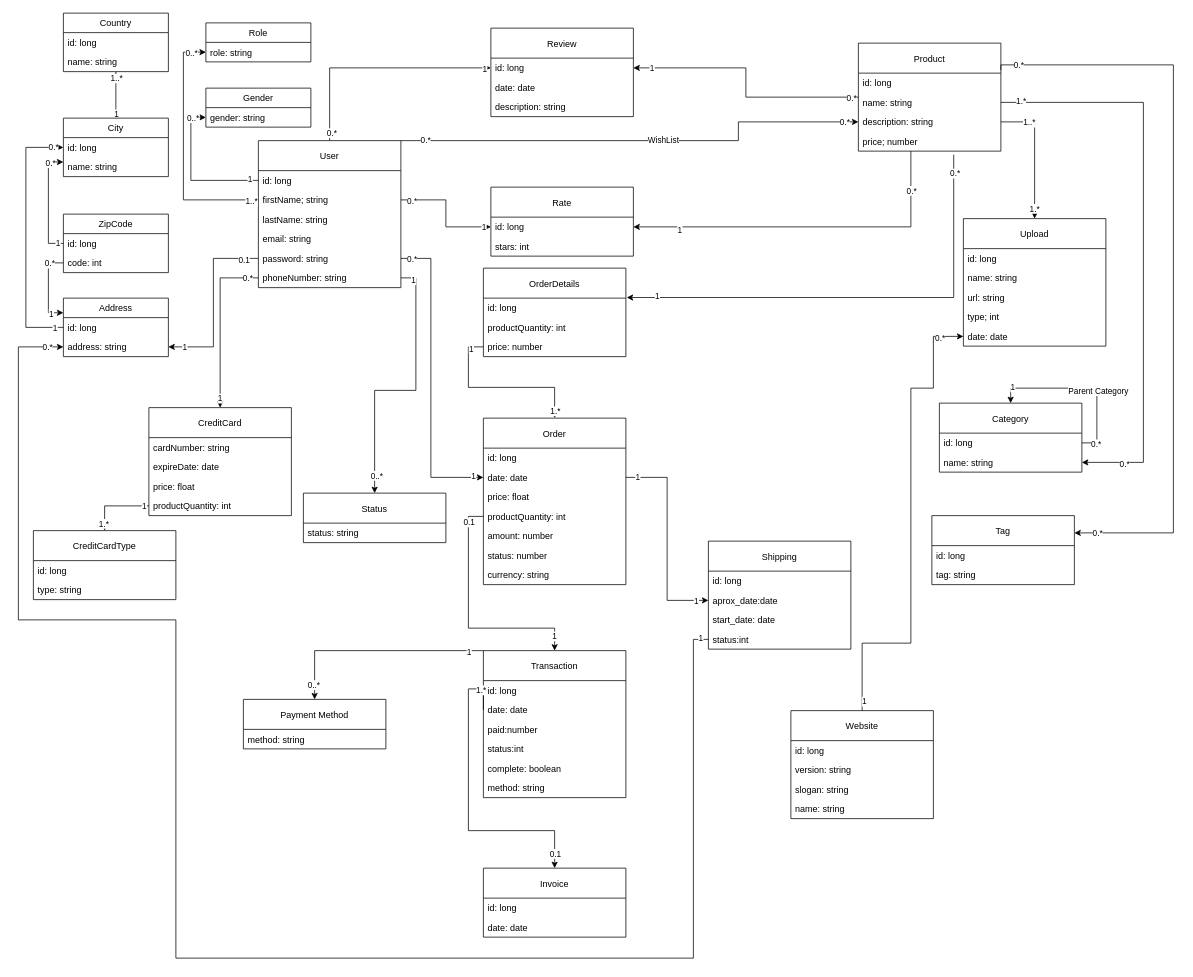
Before: page "Ecommerce basic model" (1 of 4) of Class Diagram.drawio in Psycomentis06/AZIT-e-commerce-API-doc, a draw.io diagram. Source tidied: cells renumbered, new cells numbered last; positions are measured from the earlier drawing's top-left corner, leaving out a move shared by most shapes. Both pictures are drawn from the tidied source at 75%, with x=0, y=0 at pixel (18, 13).
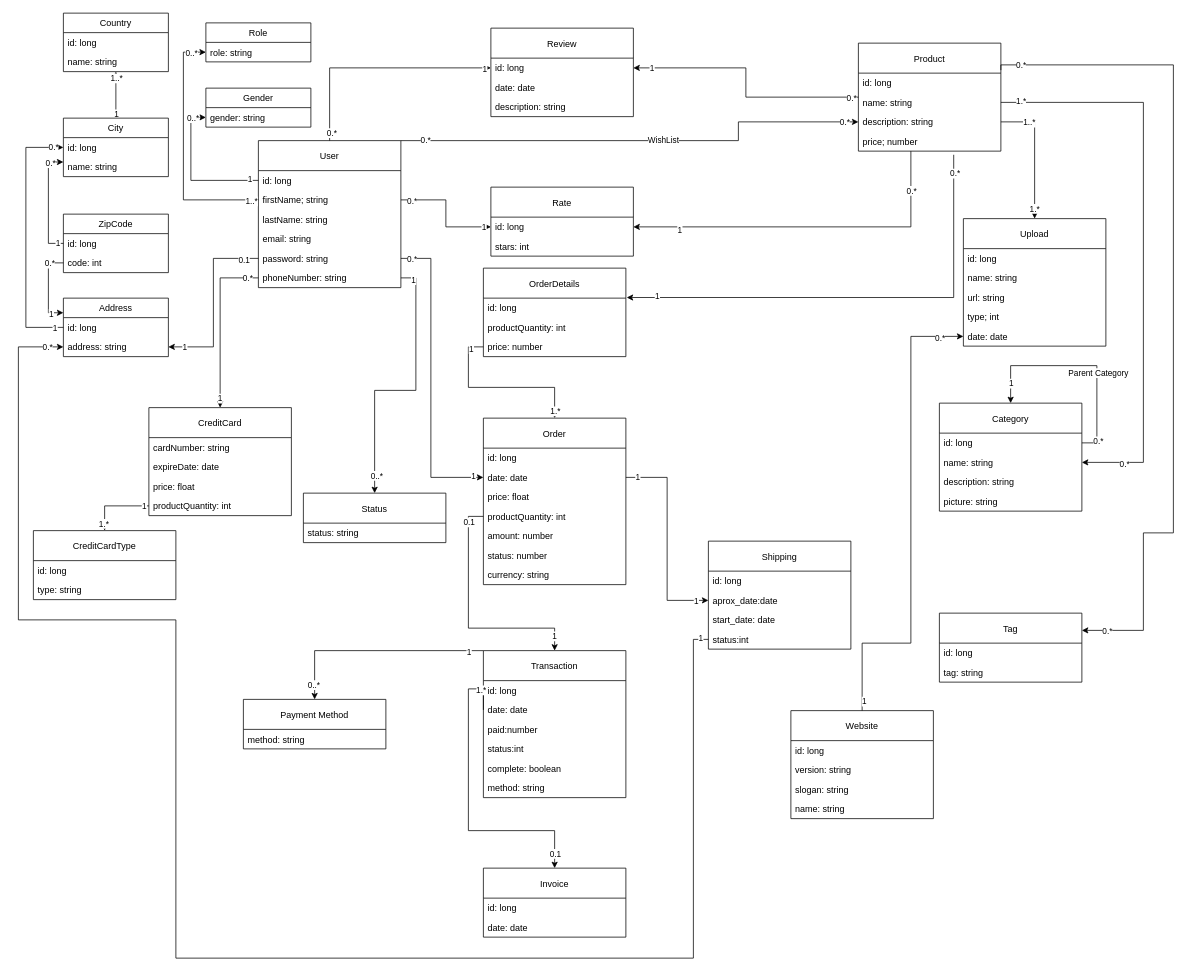
After the change.

The change refers to these unchanged cells:
```xml
<mxCell id="36" value="date: date" style="text;strokeColor=none;fillColor=none;align=left;verticalAlign=top;spacingLeft=4;spacingRight=4;overflow=hidden;points=[[0,0.5],[1,0.5]];portConstraint=eastwest;" parent="31" vertex="1">
  <mxGeometry y="144" width="190" height="26" as="geometry" />
</mxCell>
<mxCell id="57" value="id: long" style="text;strokeColor=none;fillColor=none;align=left;verticalAlign=top;spacingLeft=4;spacingRight=4;overflow=hidden;points=[[0,0.5],[1,0.5]];portConstraint=eastwest;" parent="52" vertex="1">
  <mxGeometry y="40" width="190" height="26" as="geometry" />
</mxCell>
<mxCell id="126" value="Product" style="swimlane;fontStyle=0;horizontal=1;startSize=40;fillColor=none;" parent="1" vertex="1">
  <mxGeometry x="1120" y="40" width="190" height="144" as="geometry" />
</mxCell>
<mxCell id="157" value="Website" style="swimlane;fontStyle=0;horizontal=1;startSize=40;fillColor=none;" parent="1" vertex="1">
  <mxGeometry x="1030" y="930" width="190" height="144" as="geometry" />
</mxCell>
```

The edit, as a diff of the source:
```diff
@@
     <mxCell id="37" value="Tag" style="swimlane;fontStyle=0;horizontal=1;startSize=40;fillColor=none;" parent="1" vertex="1">
-      <mxGeometry x="1218" y="670" width="190" height="92" as="geometry" />
+      <mxGeometry x="1228" y="800" width="190" height="92" as="geometry" />
     </mxCell>
@@
     <mxCell id="52" value="Category" style="swimlane;fontStyle=0;horizontal=1;startSize=40;fillColor=none;" parent="1" vertex="1">
-      <mxGeometry x="1228" y="520" width="190" height="92" as="geometry" />
+      <mxGeometry x="1228" y="520" width="190" height="144" as="geometry" />
     </mxCell>
-    <mxCell id="53" style="edgeStyle=orthogonalEdgeStyle;rounded=0;jettySize=auto;html=1;exitX=1;exitY=0.5;exitDx=0;exitDy=0;entryX=0.5;entryY=0;entryDx=0;entryDy=0;" parent="52" edge="1" source="57" target="52">
-      <mxGeometry relative="1" as="geometry" />
+    <mxCell id="53" style="edgeStyle=orthogonalEdgeStyle;rounded=0;jettySize=auto;html=1;entryX=0.5;entryY=0;entryDx=0;entryDy=0;exitX=1;exitY=0.5;exitDx=0;exitDy=0;" parent="52" edge="1" source="57" target="52">
+      <mxGeometry relative="1" as="geometry">
+        <Array as="points">
+          <mxPoint x="210" y="53" />
+          <mxPoint x="210" y="-50" />
+          <mxPoint x="95" y="-50" />
+        </Array>
+      </mxGeometry>
     </mxCell>
@@
+    <mxCell id="179" value="description: string" style="text;strokeColor=none;fillColor=none;align=left;verticalAlign=top;spacingLeft=4;spacingRight=4;overflow=hidden;" parent="52" vertex="1">
+      <mxGeometry y="92" width="190" height="26" as="geometry" />
+    </mxCell>
+    <mxCell id="180" value="picture: string" style="text;strokeColor=none;fillColor=none;align=left;verticalAlign=top;spacingLeft=4;spacingRight=4;overflow=hidden;" parent="52" vertex="1">
+      <mxGeometry y="118" width="190" height="26" as="geometry" />
+    </mxCell>
@@
     <mxCell id="68" style="edgeStyle=orthogonalEdgeStyle;rounded=0;jettySize=auto;html=1;entryX=1;entryY=0.25;entryDx=0;entryDy=0;exitX=1;exitY=0.25;exitDx=0;exitDy=0;" parent="1" edge="1" source="126" target="37">
       <mxGeometry relative="1" as="geometry">
         <Array as="points">
+          <mxPoint x="1310" y="69" />
           <mxPoint x="1540" y="69" />
           <mxPoint x="1540" y="693" />
+          <mxPoint x="1500" y="693" />
+          <mxPoint x="1500" y="823" />
         </Array>
       </mxGeometry>
     </mxCell>
@@
     <mxCell id="154" style="edgeStyle=orthogonalEdgeStyle;rounded=0;jettySize=auto;html=1;exitX=0.5;exitY=0;exitDx=0;exitDy=0;entryX=0;entryY=0.5;entryDx=0;entryDy=0;" parent="1" edge="1" source="157" target="36">
       <mxGeometry relative="1" as="geometry">
         <Array as="points">
           <mxPoint x="1125" y="840" />
           <mxPoint x="1190" y="840" />
-          <mxPoint x="1190" y="500" />
-          <mxPoint x="1220" y="500" />
-          <mxPoint x="1220" y="431" />
+          <mxPoint x="1190" y="431" />
         </Array>
       </mxGeometry>
     </mxCell>
```
